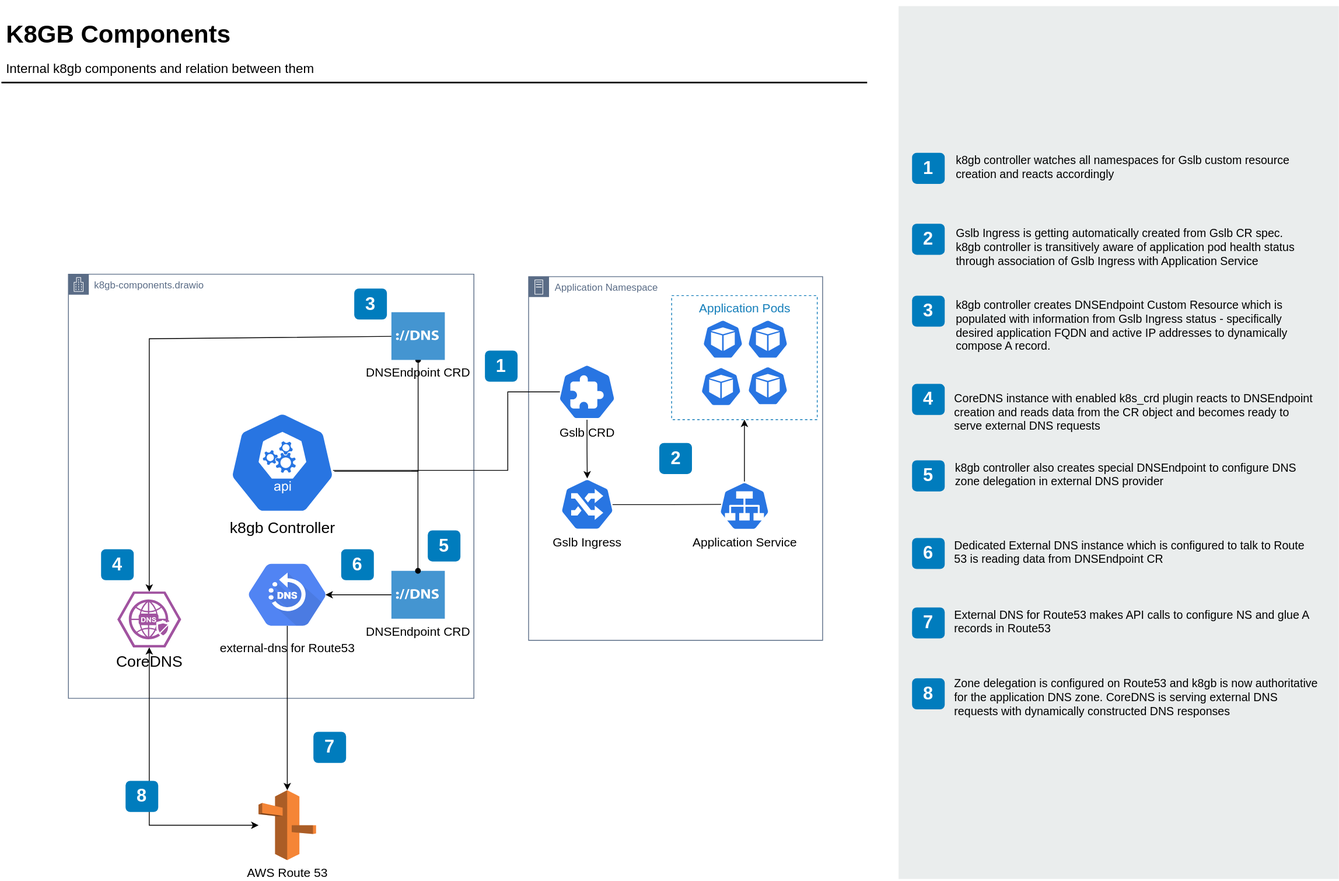
k8gb-io/k8gb keeps this draw.io diagram as docs/images/k8gb-components.svg. Above is the earlier version. Source tidied: cells renumbered, new cells last; positions are measured from the earlier drawing's top-left corner, leaving out a move shared by most shapes.
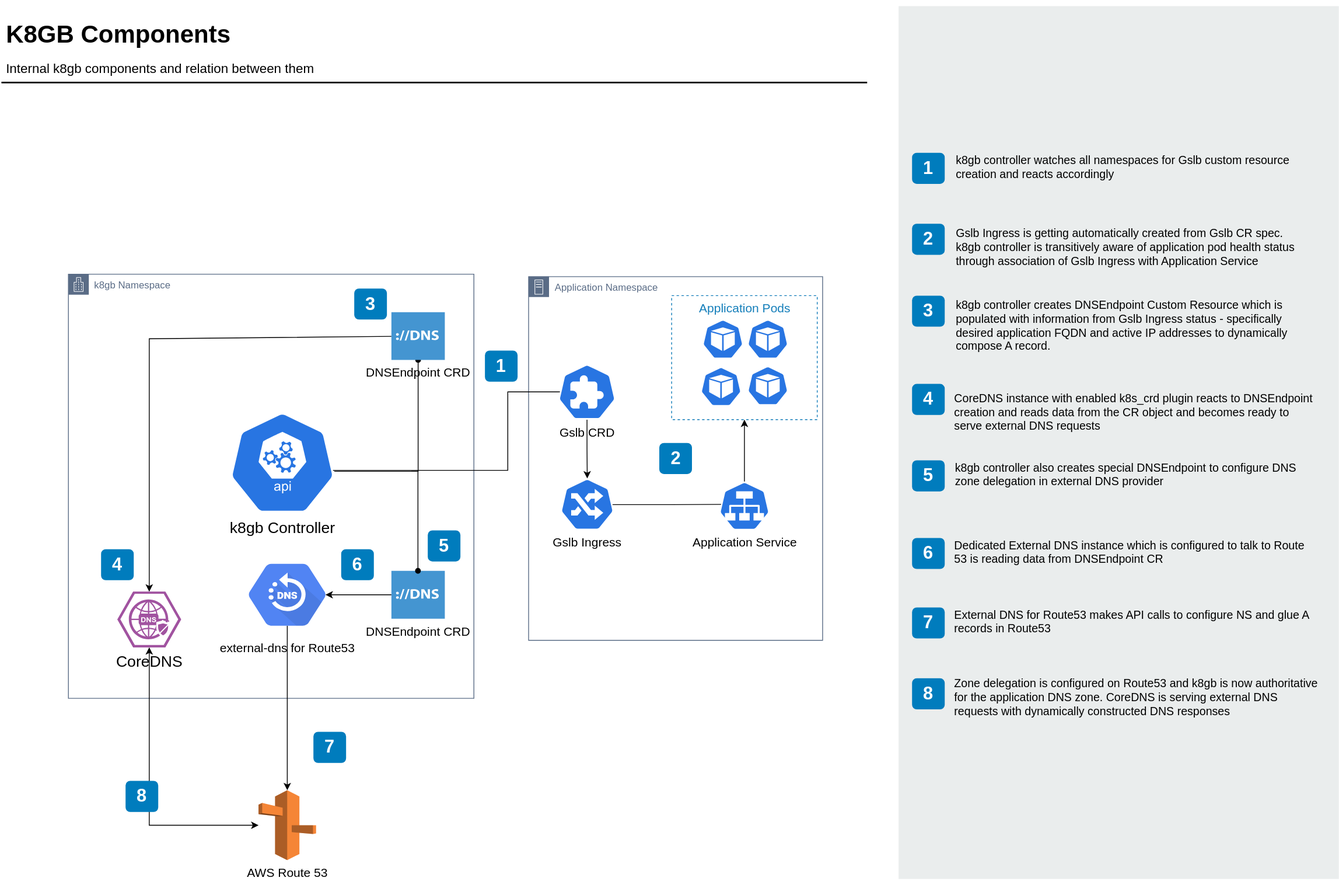
Above is the later version.

Commit message:
Fix architecture diagram

There was a slight bug in k8gb namespace naming

Change to the diagram source:
```diff
@@ -5,7 +5,7 @@
     <mxCell id="2" value="Application Namespace" style="gradientColor=none;html=1;whiteSpace=wrap;fontSize=12;fontStyle=0;shape=mxgraph.aws4.group;grIcon=mxgraph.aws4.group_on_premise;strokeColor=#5A6C86;fillColor=none;verticalAlign=top;align=left;spacingLeft=30;fontColor=#5A6C86;dashed=0;" parent="1" vertex="1">
       <mxGeometry x="645.5" y="331" width="360" height="445" as="geometry" />
     </mxCell>
-    <mxCell id="3" value="k8gb-components.drawio" style="gradientColor=none;html=1;whiteSpace=wrap;fontSize=12;fontStyle=0;shape=mxgraph.aws4.group;grIcon=mxgraph.aws4.group_corporate_data_center;strokeColor=#5A6C86;fillColor=none;verticalAlign=top;align=left;spacingLeft=30;fontColor=#5A6C86;dashed=0;" parent="1" vertex="1">
+    <mxCell id="3" value="k8gb Namespace" style="gradientColor=none;html=1;whiteSpace=wrap;fontSize=12;fontStyle=0;shape=mxgraph.aws4.group;grIcon=mxgraph.aws4.group_corporate_data_center;strokeColor=#5A6C86;fillColor=none;verticalAlign=top;align=left;spacingLeft=30;fontColor=#5A6C86;dashed=0;" parent="1" vertex="1">
       <mxGeometry x="82" y="328" width="496.5" height="519" as="geometry" />
     </mxCell>
     <mxCell id="4" value="K8GB Components" style="text;html=1;align=left;verticalAlign=top;spacingTop=-4;fontSize=30;fontStyle=1;" parent="1" vertex="1">
```
